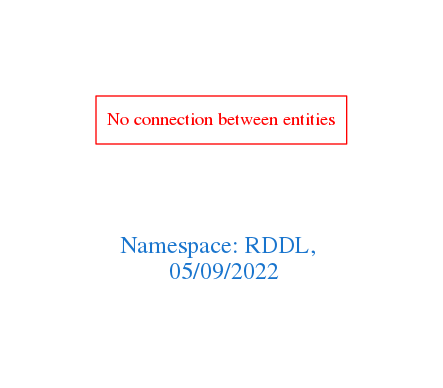
Before: downloads/RDDL.png, a diagram exported from Graphviz (arago/OGIT). Its source is kept beside it as downloads/RDDL.dot.
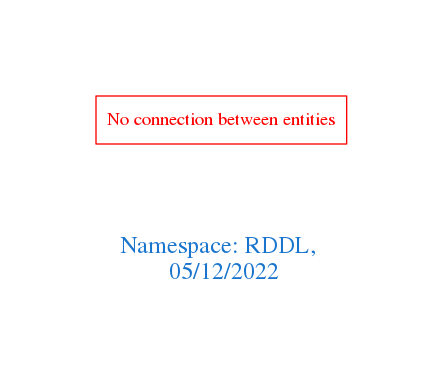
The same file after the commit.

Change to the diagram source:
```diff
@@ -1,7 +1,7 @@
 digraph OGIT_ontology {
  graph [ rankdir= LR,pad=1
 fontsize = 18,
-fontcolor= dodgerblue3,label = "\n\n\nNamespace: RDDL, \n 05/09/2022"];
+fontcolor= dodgerblue3,label = "\n\n\nNamespace: RDDL, \n 05/12/2022"];
 node[shape=polygon];
 edge [  color="gray81"];
 
```
